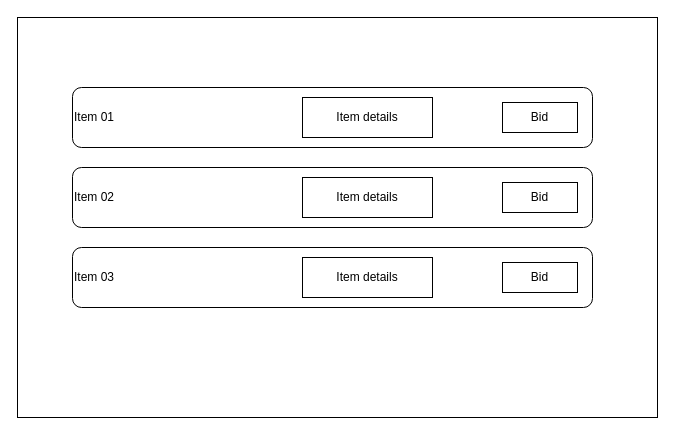
malshan1998/draw.io keeps this draw.io diagram as ItemList_page.drawio. Above is the earlier version. Source tidied: cells renumbered, new cells numbered last; positions are measured from the earlier drawing's top-left corner, leaving out a move shared by most shapes. Both pictures are drawn from the tidied source at 100%, with x=0, y=0 at pixel (17, 17).
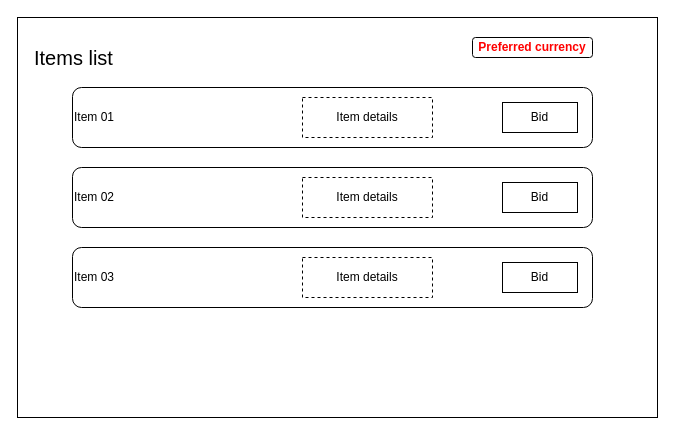
Above is the later version.

The edit, as a diff of the source:
```diff
@@
 <mxGraphModel>
   <root>
     <mxCell id="0" />
     <mxCell id="1" parent="0" />
     <mxCell id="2" style="rounded=0;whiteSpace=wrap;html=1;fillColor=none;" parent="1" vertex="1">
       <mxGeometry width="640" height="400" as="geometry" />
     </mxCell>
     <mxCell id="3" value="Item 01" style="rounded=1;whiteSpace=wrap;html=1;align=left;" parent="1" vertex="1">
       <mxGeometry x="55" y="70" width="520" height="60" as="geometry" />
     </mxCell>
     <mxCell id="4" value="Bid" style="rounded=0;whiteSpace=wrap;html=1;" parent="1" vertex="1">
       <mxGeometry x="485" y="85" width="75" height="30" as="geometry" />
     </mxCell>
     <mxCell id="5" value="Item 02" style="rounded=1;whiteSpace=wrap;html=1;align=left;" parent="1" vertex="1">
       <mxGeometry x="55" y="150" width="520" height="60" as="geometry" />
     </mxCell>
     <mxCell id="6" value="Item 03" style="rounded=1;whiteSpace=wrap;html=1;align=left;" parent="1" vertex="1">
       <mxGeometry x="55" y="230" width="520" height="60" as="geometry" />
     </mxCell>
     <mxCell id="7" value="Bid" style="rounded=0;whiteSpace=wrap;html=1;" parent="1" vertex="1">
       <mxGeometry x="485" y="165" width="75" height="30" as="geometry" />
     </mxCell>
     <mxCell id="8" value="Bid" style="rounded=0;whiteSpace=wrap;html=1;" parent="1" vertex="1">
       <mxGeometry x="485" y="245" width="75" height="30" as="geometry" />
     </mxCell>
-    <mxCell id="9" value="Item details" style="rounded=0;whiteSpace=wrap;html=1;" parent="1" vertex="1">
+    <mxCell id="9" value="Item details" style="rounded=0;whiteSpace=wrap;html=1;dashed=1;" parent="1" vertex="1">
       <mxGeometry x="285" y="80" width="130" height="40" as="geometry" />
     </mxCell>
-    <mxCell id="10" value="Item details" style="rounded=0;whiteSpace=wrap;html=1;" parent="1" vertex="1">
+    <mxCell id="10" value="Item details" style="rounded=0;whiteSpace=wrap;html=1;dashed=1;" parent="1" vertex="1">
       <mxGeometry x="285" y="160" width="130" height="40" as="geometry" />
     </mxCell>
-    <mxCell id="11" value="Item details" style="rounded=0;whiteSpace=wrap;html=1;" parent="1" vertex="1">
+    <mxCell id="11" value="Item details" style="rounded=0;whiteSpace=wrap;html=1;dashed=1;" parent="1" vertex="1">
       <mxGeometry x="285" y="240" width="130" height="40" as="geometry" />
     </mxCell>
+    <mxCell id="12" value="Items list" style="rounded=0;whiteSpace=wrap;html=1;fillColor=none;strokeColor=none;fontSize=20;align=left;" parent="1" vertex="1">
+      <mxGeometry x="15" y="10" width="190" height="60" as="geometry" />
+    </mxCell>
+    <mxCell id="13" value="&lt;div&gt;Preferred currency&lt;/div&gt;" style="rounded=1;whiteSpace=wrap;html=1;fontStyle=1;fontColor=#ff0000;" parent="1" vertex="1">
+      <mxGeometry x="455" y="20" width="120" height="20" as="geometry" />
+    </mxCell>
   </root>
 </mxGraphModel>
```
